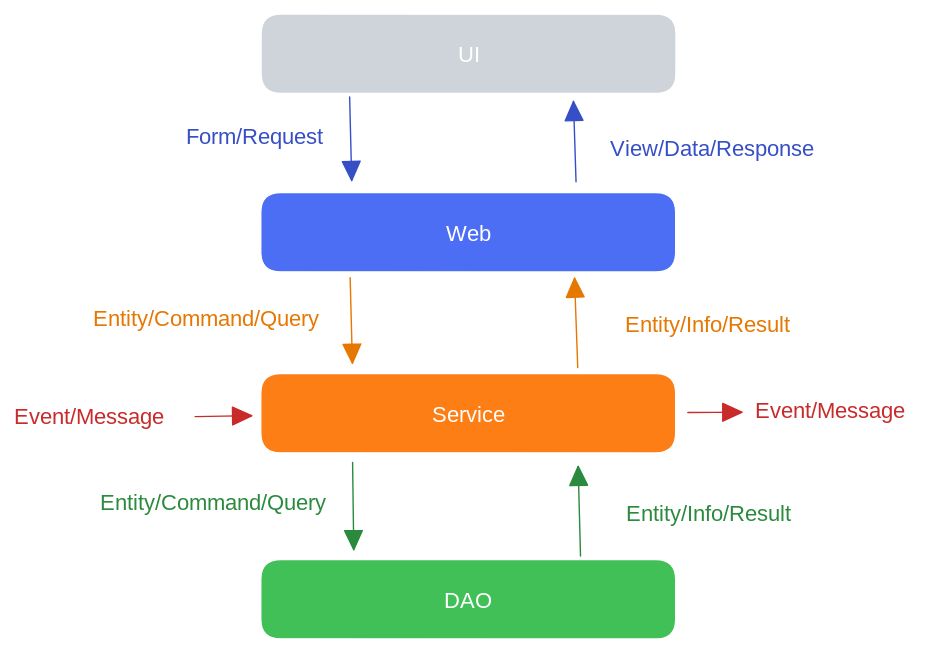
Above: docs/hierarchical-domain-model-specification.excalidraw.svg in acomma/duck (Excalidraw), before the change. Source tidied: one line per element, renumbered; positions are measured from the earlier drawing's top-left corner, leaving out a move shared by most shapes.
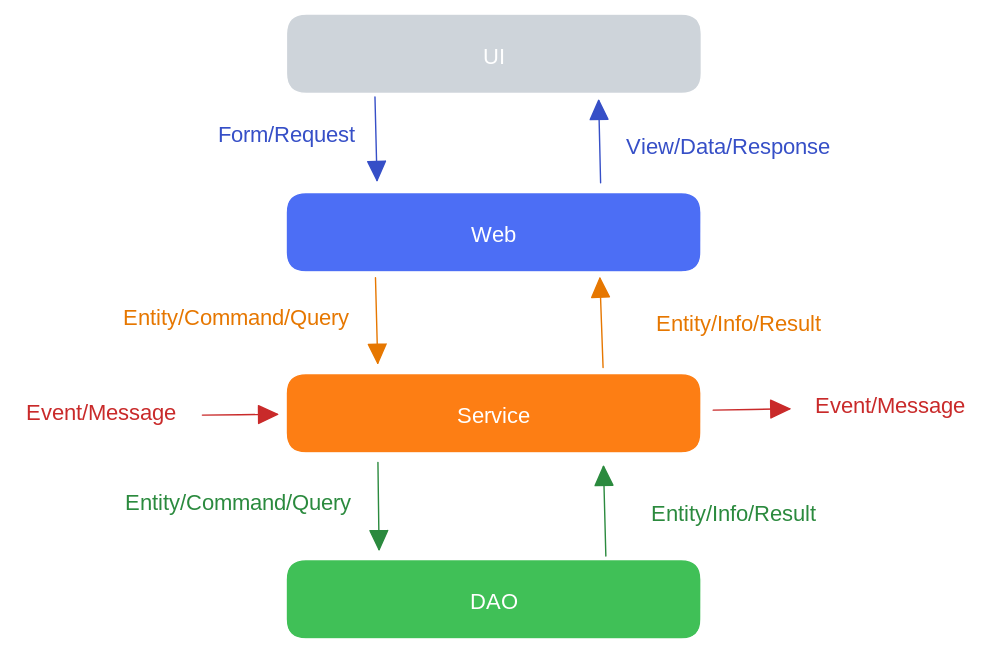
The same diagram one commit later.

Commit message:
docs: 图片修改为 svg 格式

What changed in the source:
```diff
@@ -1,24 +1,24 @@
 {"id": 0, "type": "rectangle", "strokeColor": "#fff", "backgroundColor": "#ced4da", "fillStyle": "solid", "strokeWidth": 1, "roughness": 0, "round": true, "x": 176, "y": 0, "width": 296, "height": 57}
-{"id": 1, "type": "text", "text": "UI", "strokeColor": "#fff", "strokeWidth": 1, "roughness": 1, "fontSize": 16, "fontFamily": 3, "textAlign": "center", "verticalAlign": "middle", "round": true, "inside": 0, "x": 314, "y": 18, "width": 21, "height": 20}
+{"id": 1, "type": "text", "text": "UI", "strokeColor": "#fff", "strokeWidth": 1, "roughness": 1, "fontSize": 16, "fontFamily": 3, "textAlign": "center", "verticalAlign": "middle", "round": true, "inside": 0, "x": 314, "y": 18, "width": 21, "height": 23}
 {"id": 2, "type": "rectangle", "strokeColor": "#fff", "backgroundColor": "#4c6ef5", "fillStyle": "solid", "strokeWidth": 1, "roughness": 0, "round": true, "x": 176, "y": 128, "width": 296, "height": 57}
-{"id": 3, "type": "text", "text": "Web", "strokeColor": "#fff", "strokeWidth": 1, "roughness": 1, "fontSize": 16, "fontFamily": 3, "textAlign": "center", "verticalAlign": "middle", "round": true, "inside": 2, "x": 309, "y": 146, "width": 30, "height": 20}
+{"id": 3, "type": "text", "text": "Web", "strokeColor": "#fff", "strokeWidth": 1, "roughness": 1, "fontSize": 16, "fontFamily": 3, "textAlign": "center", "verticalAlign": "middle", "round": true, "inside": 2, "x": 309, "y": 146, "width": 30, "height": 23}
 {"id": 4, "type": "rectangle", "strokeColor": "#fff", "backgroundColor": "#fd7e14", "fillStyle": "solid", "strokeWidth": 1, "roughness": 0, "round": true, "x": 176, "y": 257, "width": 296, "height": 57}
-{"id": 5, "type": "text", "text": "Service", "strokeColor": "#fff", "strokeWidth": 1, "roughness": 1, "fontSize": 16, "fontFamily": 3, "textAlign": "center", "verticalAlign": "middle", "round": true, "inside": 4, "x": 290, "y": 275, "width": 68, "height": 20}
+{"id": 5, "type": "text", "text": "Service", "strokeColor": "#fff", "strokeWidth": 1, "roughness": 1, "fontSize": 16, "fontFamily": 3, "textAlign": "center", "verticalAlign": "middle", "round": true, "inside": 4, "x": 290, "y": 275, "width": 68, "height": 23}
 {"id": 6, "type": "rectangle", "strokeColor": "#fff", "backgroundColor": "#40c057", "fillStyle": "solid", "strokeWidth": 1, "roughness": 0, "round": true, "x": 176, "y": 390, "width": 296, "height": 57}
-{"id": 7, "type": "text", "text": "DAO", "strokeColor": "#fff", "strokeWidth": 1, "roughness": 1, "fontSize": 16, "fontFamily": 3, "textAlign": "center", "verticalAlign": "middle", "round": true, "inside": 6, "x": 309, "y": 408, "width": 30, "height": 20}
+{"id": 7, "type": "text", "text": "DAO", "strokeColor": "#fff", "strokeWidth": 1, "roughness": 1, "fontSize": 16, "fontFamily": 3, "textAlign": "center", "verticalAlign": "middle", "round": true, "inside": 6, "x": 309, "y": 408, "width": 30, "height": 23}
 {"id": 8, "type": "arrow", "strokeColor": "#364fc7", "strokeWidth": 1, "roughness": 0, "endArrowhead": "triangle", "round": true, "from": 0, "to": 2, "x": 240, "y": 59, "width": 1, "height": 60, "points": [[0, 0], [1, 60]]}
-{"id": 9, "type": "arrow", "strokeColor": "#364fc7", "strokeWidth": 1, "roughness": 0, "endArrowhead": "triangle", "round": true, "from": 15, "to": 0, "x": 402, "y": 120, "width": 2, "height": 57, "points": [[0, 0], [-2, -57]]}
+{"id": 9, "type": "arrow", "strokeColor": "#364fc7", "strokeWidth": 1, "roughness": 0, "endArrowhead": "triangle", "round": true, "from": 2, "to": 0, "x": 401, "y": 121, "width": 1, "height": 59, "points": [[0, 0], [-1, -59]]}
 {"id": 10, "type": "arrow", "strokeColor": "#e67700", "strokeWidth": 1, "roughness": 0, "endArrowhead": "triangle", "round": true, "from": 2, "to": 4, "x": 240, "y": 188, "width": 2, "height": 61, "points": [[0, 0], [2, 61]]}
 {"id": 11, "type": "arrow", "strokeColor": "#2b8a3e", "strokeWidth": 1, "roughness": 0, "endArrowhead": "triangle", "round": true, "from": 4, "to": 6, "x": 242, "y": 320, "width": 1, "height": 62, "points": [[0, 0], [1, 62]]}
 {"id": 12, "type": "arrow", "strokeColor": "#2b8a3e", "strokeWidth": 1, "roughness": 0, "endArrowhead": "triangle", "round": true, "from": 6, "to": 4, "x": 405, "y": 387, "width": 2, "height": 64, "points": [[0, 0], [-2, -64]]}
 {"id": 13, "type": "arrow", "strokeColor": "#e67700", "strokeWidth": 1, "roughness": 0, "endArrowhead": "triangle", "round": true, "from": 4, "to": 2, "x": 403, "y": 253, "width": 2, "height": 64, "points": [[0, 0], [-2, -64]]}
-{"id": 14, "type": "text", "text": "Form/Request", "strokeColor": "#364fc7", "strokeWidth": 1, "roughness": 1, "fontSize": 16, "fontFamily": 3, "textAlign": "center", "round": true, "x": 114, "y": 77, "width": 115, "height": 20}
+{"id": 14, "type": "text", "text": "Form/Request", "strokeColor": "#364fc7", "strokeWidth": 1, "roughness": 1, "fontSize": 16, "fontFamily": 3, "textAlign": "center", "round": true, "x": 119, "y": 75, "width": 115, "height": 20}
-{"id": 15, "type": "text", "text": "View/Data/Response", "strokeColor": "#364fc7", "strokeWidth": 1, "roughness": 1, "fontSize": 16, "fontFamily": 3, "textAlign": "center", "round": true, "x": 413, "y": 86, "width": 171, "height": 20}
+{"id": 15, "type": "text", "text": "View/Data/Response", "strokeColor": "#364fc7", "strokeWidth": 1, "roughness": 1, "fontSize": 16, "fontFamily": 3, "textAlign": "center", "round": true, "x": 407, "y": 84, "width": 171, "height": 20}
-{"id": 16, "type": "text", "text": "Entity/Command/Query", "strokeColor": "#e67700", "strokeWidth": 1, "roughness": 1, "fontSize": 16, "fontFamily": 3, "textAlign": "center", "round": true, "x": 42, "y": 207, "width": 190, "height": 20}
+{"id": 16, "type": "text", "text": "Entity/Command/Query", "strokeColor": "#e67700", "strokeWidth": 1, "roughness": 1, "fontSize": 16, "fontFamily": 3, "textAlign": "center", "round": true, "x": 45, "y": 206, "width": 190, "height": 20}
-{"id": 17, "type": "text", "text": "Entity/Info/Result", "strokeColor": "#e67700", "strokeWidth": 1, "roughness": 1, "fontSize": 16, "fontFamily": 3, "textAlign": "center", "round": true, "x": 410, "y": 211, "width": 171, "height": 20}
+{"id": 17, "type": "text", "text": "Entity/Info/Result", "strokeColor": "#e67700", "strokeWidth": 1, "roughness": 1, "fontSize": 16, "fontFamily": 3, "textAlign": "center", "round": true, "x": 414, "y": 211, "width": 171, "height": 20}
 {"id": 18, "type": "text", "text": "Entity/Info/Result", "strokeColor": "#2b8a3e", "strokeWidth": 1, "roughness": 1, "fontSize": 16, "fontFamily": 3, "textAlign": "center", "round": true, "x": 410, "y": 346, "width": 171, "height": 20}
 {"id": 19, "type": "text", "text": "Entity/Command/Query", "strokeColor": "#2b8a3e", "strokeWidth": 1, "roughness": 1, "fontSize": 16, "fontFamily": 3, "textAlign": "center", "round": true, "x": 47, "y": 339, "width": 190, "height": 20}
-{"id": 20, "type": "arrow", "strokeColor": "#c92a2a", "strokeWidth": 1, "roughness": 0, "endArrowhead": "triangle", "round": true, "from": 4, "to": 23, "x": 481, "y": 285, "width": 39, "height": 0, "points": [[0, 0], [39, 0]]}
+{"id": 20, "type": "arrow", "strokeColor": "#c92a2a", "strokeWidth": 1, "roughness": 0, "endArrowhead": "triangle", "round": true, "from": 4, "to": 23, "x": 481, "y": 283, "width": 55, "height": 1, "points": [[0, 0], [55, -1]]}
-{"id": 21, "type": "arrow", "strokeColor": "#c92a2a", "strokeWidth": 1, "roughness": 0, "endArrowhead": "triangle", "round": true, "from": 22, "to": 4, "x": 129, "y": 288, "width": 40, "height": 1, "points": [[0, 0], [40, -1]]}
+{"id": 21, "type": "arrow", "strokeColor": "#c92a2a", "strokeWidth": 1, "roughness": 0, "endArrowhead": "triangle", "round": true, "from": 22, "to": 4, "x": 116, "y": 287, "width": 54, "height": 1, "points": [[0, 0], [54, -1]]}
-{"id": 22, "type": "text", "text": "Event/Message", "strokeColor": "#c92a2a", "strokeWidth": 1, "roughness": 1, "fontSize": 16, "fontFamily": 3, "x": 0, "y": 277, "width": 124, "height": 20}
+{"id": 22, "type": "text", "text": "Event/Message", "strokeColor": "#c92a2a", "strokeWidth": 1, "roughness": 1, "fontSize": 16, "fontFamily": 3, "textAlign": "center", "x": -18, "y": 274, "width": 124, "height": 20}
-{"id": 23, "type": "text", "text": "Event/Message", "strokeColor": "#c92a2a", "strokeWidth": 1, "roughness": 1, "fontSize": 16, "fontFamily": 3, "x": 530, "y": 272, "width": 124, "height": 20}
+{"id": 23, "type": "text", "text": "Event/Message", "strokeColor": "#c92a2a", "strokeWidth": 1, "roughness": 1, "fontSize": 16, "fontFamily": 3, "textAlign": "center", "x": 546, "y": 269, "width": 124, "height": 20}
```
